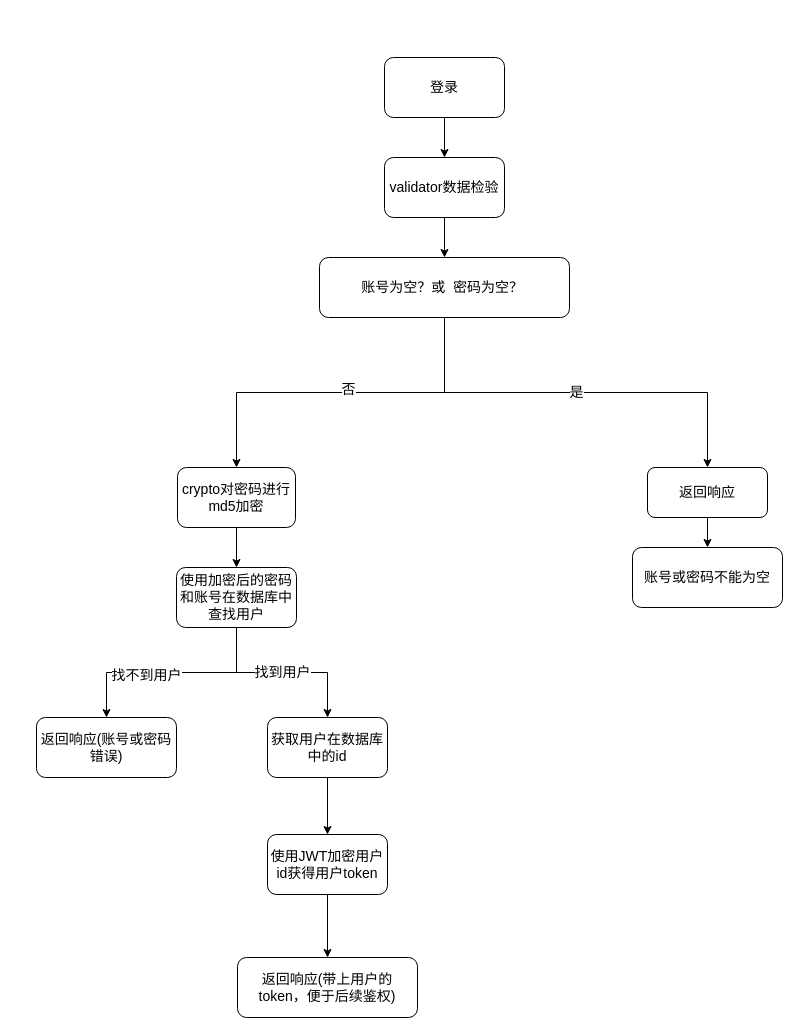
Earlier version of the draw.io diagram 登录流程图.drawio (AdhereZ/graph). Source tidied: cells renumbered, new cells numbered last; positions are measured from the earlier drawing's top-left corner, leaving out a move shared by most shapes. Both pictures are drawn from the tidied source at 100%, with x=0, y=0 at pixel (36, 57).
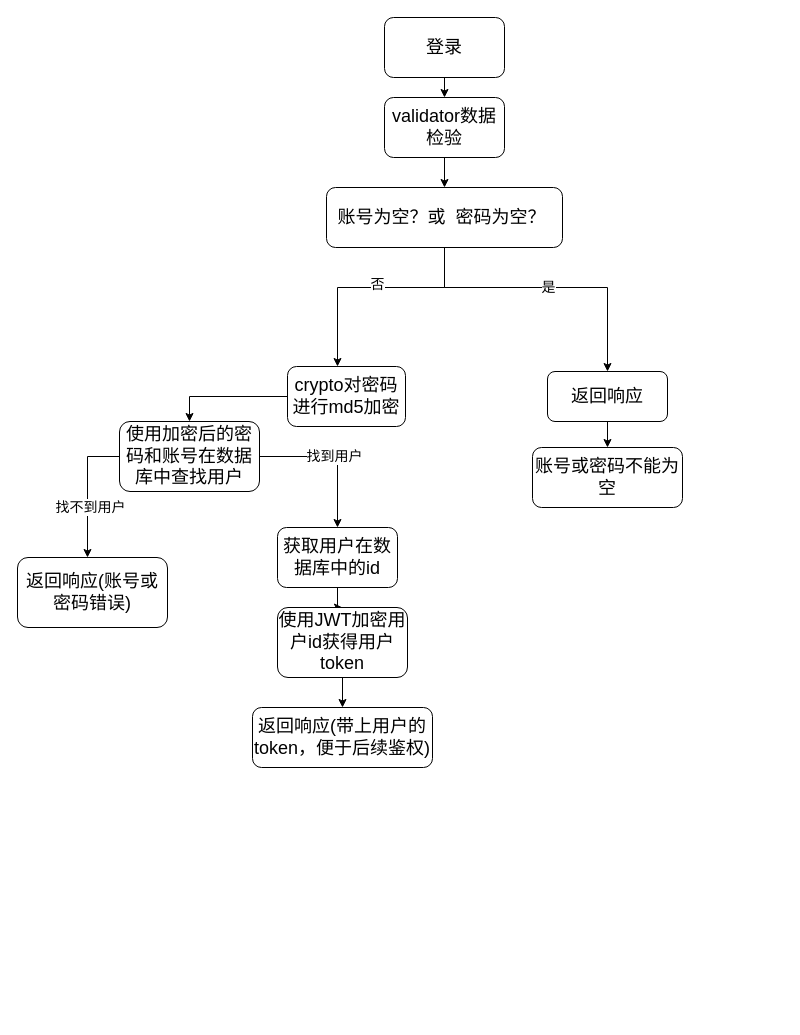
The same diagram, later.

Commit message:
更新登录流程图.drawio

Diff of the diagram source:
```diff
@@
-    <mxCell id="2" value="&lt;font style=&quot;font-size: 14px;&quot;&gt;登录&lt;/font&gt;" style="rounded=1;whiteSpace=wrap;html=1;" parent="1" vertex="1">
-      <mxGeometry x="348" width="120" height="60" as="geometry" />
+    <mxCell id="2" value="&lt;font style=&quot;font-size: 18px;&quot;&gt;登录&lt;/font&gt;" style="rounded=1;whiteSpace=wrap;html=1;" parent="1" vertex="1">
+      <mxGeometry x="348" y="-40" width="120" height="60" as="geometry" />
     </mxCell>
@@
-    <mxCell id="4" value="validator数据检验" style="rounded=1;whiteSpace=wrap;html=1;fontSize=14;" parent="1" vertex="1">
-      <mxGeometry x="348" y="100" width="120" height="60" as="geometry" />
+    <mxCell id="4" value="&lt;font style=&quot;font-size: 18px;&quot;&gt;validator数据检验&lt;/font&gt;" style="rounded=1;whiteSpace=wrap;html=1;fontSize=14;" parent="1" vertex="1">
+      <mxGeometry x="348" y="40" width="120" height="60" as="geometry" />
     </mxCell>
@@
     <mxCell id="6" value="是" style="edgeStyle=orthogonalEdgeStyle;rounded=0;jettySize=auto;html=1;exitX=0.5;exitY=1;exitDx=0;exitDy=0;fontSize=14;" parent="1" edge="1" source="9" target="11">
-      <mxGeometry relative="1" as="geometry" />
+      <mxGeometry relative="1" as="geometry">
+        <Array as="points">
+          <mxPoint x="408" y="230" />
+          <mxPoint x="571" y="230" />
+        </Array>
+      </mxGeometry>
     </mxCell>
     <mxCell id="7" style="edgeStyle=orthogonalEdgeStyle;rounded=0;jettySize=auto;html=1;exitX=0.5;exitY=1;exitDx=0;exitDy=0;fontSize=14;" parent="1" edge="1" source="9" target="14">
-      <mxGeometry relative="1" as="geometry" />
+      <mxGeometry relative="1" as="geometry">
+        <Array as="points">
+          <mxPoint x="408" y="230" />
+          <mxPoint x="301" y="230" />
+        </Array>
+      </mxGeometry>
     </mxCell>
@@
-    <mxCell id="9" value="账号为空？或&amp;nbsp; 密码为空？&amp;nbsp;" style="rounded=1;whiteSpace=wrap;html=1;fontSize=14;" parent="1" vertex="1">
-      <mxGeometry x="283" y="200" width="250" height="60" as="geometry" />
+    <mxCell id="9" value="&lt;font style=&quot;font-size: 18px;&quot;&gt;账号为空？或&amp;nbsp; 密码为空？&amp;nbsp;&lt;/font&gt;" style="rounded=1;whiteSpace=wrap;html=1;fontSize=14;" parent="1" vertex="1">
+      <mxGeometry x="290" y="130" width="236" height="60" as="geometry" />
     </mxCell>
@@
-    <mxCell id="11" value="返回响应" style="rounded=1;whiteSpace=wrap;html=1;fontSize=14;" parent="1" vertex="1">
-      <mxGeometry x="611" y="410" width="120" height="50" as="geometry" />
+    <mxCell id="11" value="&lt;font style=&quot;font-size: 18px;&quot;&gt;返回响应&lt;/font&gt;" style="rounded=1;whiteSpace=wrap;html=1;fontSize=14;" parent="1" vertex="1">
+      <mxGeometry x="511" y="314" width="120" height="50" as="geometry" />
     </mxCell>
-    <mxCell id="12" value="账号或密码不能为空" style="rounded=1;whiteSpace=wrap;html=1;fontSize=14;" parent="1" vertex="1">
-      <mxGeometry x="596" y="490" width="150" height="60" as="geometry" />
+    <mxCell id="12" value="&lt;font style=&quot;font-size: 18px;&quot;&gt;账号或密码不能为空&lt;/font&gt;" style="rounded=1;whiteSpace=wrap;html=1;fontSize=14;" parent="1" vertex="1">
+      <mxGeometry x="496" y="390" width="150" height="60" as="geometry" />
     </mxCell>
@@
-    <mxCell id="14" value="crypto对密码进行md5加密" style="rounded=1;whiteSpace=wrap;html=1;fontSize=14;" parent="1" vertex="1">
-      <mxGeometry x="141" y="410" width="118" height="60" as="geometry" />
+    <mxCell id="14" value="&lt;font style=&quot;font-size: 18px;&quot;&gt;crypto对密码进行md5加密&lt;/font&gt;" style="rounded=1;whiteSpace=wrap;html=1;fontSize=14;" parent="1" vertex="1">
+      <mxGeometry x="251" y="309" width="118" height="60" as="geometry" />
     </mxCell>
     <mxCell id="15" style="edgeStyle=orthogonalEdgeStyle;rounded=0;jettySize=auto;html=1;fontSize=14;" parent="1" edge="1" source="18" target="19">
-      <mxGeometry relative="1" as="geometry" />
+      <mxGeometry relative="1" as="geometry">
+        <Array as="points">
+          <mxPoint x="51" y="399" />
+          <mxPoint x="51" y="547" />
+          <mxPoint x="70" y="547" />
+        </Array>
+      </mxGeometry>
     </mxCell>
@@
-    <mxCell id="18" value="使用加密后的密码和账号在数据库中查找用户" style="rounded=1;whiteSpace=wrap;html=1;fontSize=14;" parent="1" vertex="1">
-      <mxGeometry x="140" y="510" width="120" height="60" as="geometry" />
+    <mxCell id="18" value="&lt;font style=&quot;font-size: 18px;&quot;&gt;使用加密后的密码和账号在数据库中查找用户&lt;/font&gt;" style="rounded=1;whiteSpace=wrap;html=1;fontSize=14;" parent="1" vertex="1">
+      <mxGeometry x="83" y="364" width="140" height="70" as="geometry" />
     </mxCell>
-    <mxCell id="19" value="返回响应(账号或密码错误)" style="rounded=1;whiteSpace=wrap;html=1;fontSize=14;" parent="1" vertex="1">
-      <mxGeometry y="660" width="140" height="60" as="geometry" />
+    <mxCell id="19" value="&lt;font style=&quot;font-size: 18px;&quot;&gt;返回响应(账号或密码错误)&lt;/font&gt;" style="rounded=1;whiteSpace=wrap;html=1;fontSize=14;" parent="1" vertex="1">
+      <mxGeometry x="-19" y="500" width="150" height="70" as="geometry" />
     </mxCell>
@@
-    <mxCell id="21" value="获取用户在数据库中的id" style="rounded=1;whiteSpace=wrap;html=1;fontSize=14;" parent="1" vertex="1">
-      <mxGeometry x="231" y="660" width="120" height="60" as="geometry" />
+    <mxCell id="21" value="&lt;font style=&quot;font-size: 18px;&quot;&gt;获取用户在数据库中的id&lt;/font&gt;" style="rounded=1;whiteSpace=wrap;html=1;fontSize=14;" parent="1" vertex="1">
+      <mxGeometry x="241" y="470" width="120" height="60" as="geometry" />
     </mxCell>
@@
-    <mxCell id="23" value="使用JWT加密用户id获得用户token" style="rounded=1;whiteSpace=wrap;html=1;fontSize=14;" parent="1" vertex="1">
-      <mxGeometry x="231" y="777" width="120" height="60" as="geometry" />
+    <mxCell id="23" value="&lt;font style=&quot;font-size: 18px;&quot;&gt;使用JWT加密用户id获得用户token&lt;/font&gt;" style="rounded=1;whiteSpace=wrap;html=1;fontSize=14;" parent="1" vertex="1">
+      <mxGeometry x="241" y="550" width="130" height="70" as="geometry" />
     </mxCell>
-    <mxCell id="24" value="返回响应(带上用户的token，便于后续鉴权)" style="rounded=1;whiteSpace=wrap;html=1;fontSize=14;" parent="1" vertex="1">
-      <mxGeometry x="201" y="900" width="180" height="60" as="geometry" />
+    <mxCell id="24" value="&lt;font style=&quot;font-size: 18px;&quot;&gt;返回响应(带上用户的token，便于后续鉴权)&lt;/font&gt;" style="rounded=1;whiteSpace=wrap;html=1;fontSize=14;" parent="1" vertex="1">
+      <mxGeometry x="216" y="650" width="180" height="60" as="geometry" />
     </mxCell>
```
